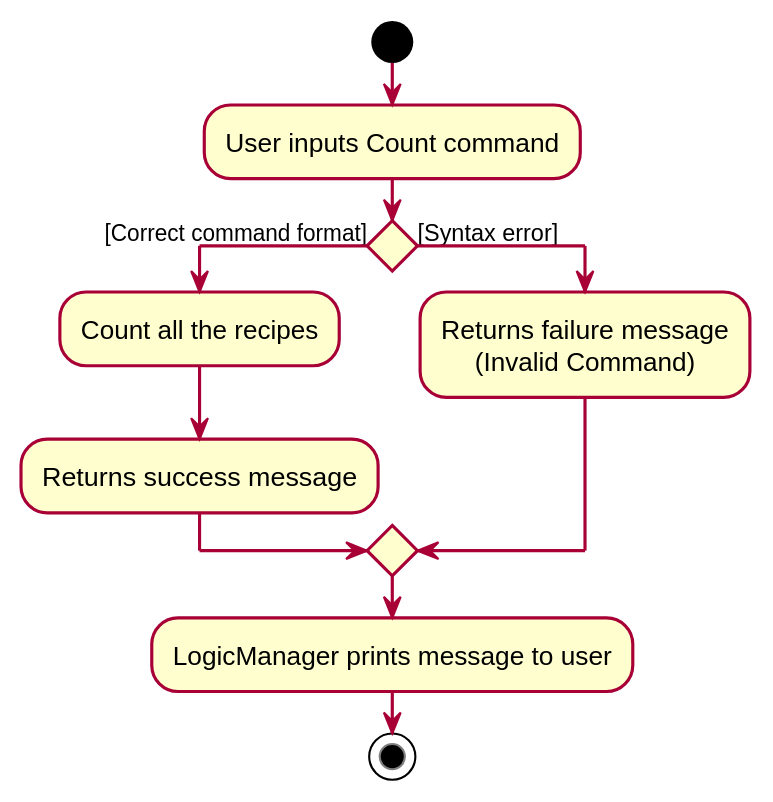
The PlantUML diagram docs/images/count-command/CountActivityDiagram.svg in nus-cs2103-AY1920S2/addressbook-level3, before a commit. The source it was exported from:
```plantuml
@startuml








skinparam BackgroundColor #FFFFFFF

skinparam Shadowing false

skinparam Class {
    FontColor #FFFFFF
    BorderThickness 1
    BorderColor #FFFFFF
    StereotypeFontColor #FFFFFF
    FontName Arial
}

skinparam Actor {
    BorderColor #000000
    Color #000000
    FontName Arial
}

skinparam Sequence {
    MessageAlign center
    BoxFontSize 15
    BoxPadding 0
    BoxFontColor #FFFFFF
    FontName Arial
}

skinparam Participant {
    FontColor #FFFFFFF
    Padding 20
}

skinparam MinClassWidth 50
skinparam ParticipantPadding 10
skinparam Shadowing false
skinparam DefaultTextAlignment center
skinparam packageStyle Rectangle

hide footbox
hide members
hide circle

start
:User inputs Count command;

If () then ([Correct command format])
    :Count all the recipes;
    :Returns success message;
else ([Syntax error])
    :Returns failure message
    (Invalid Command);
endif
:LogicManager prints message to user;

stop
@enduml
```
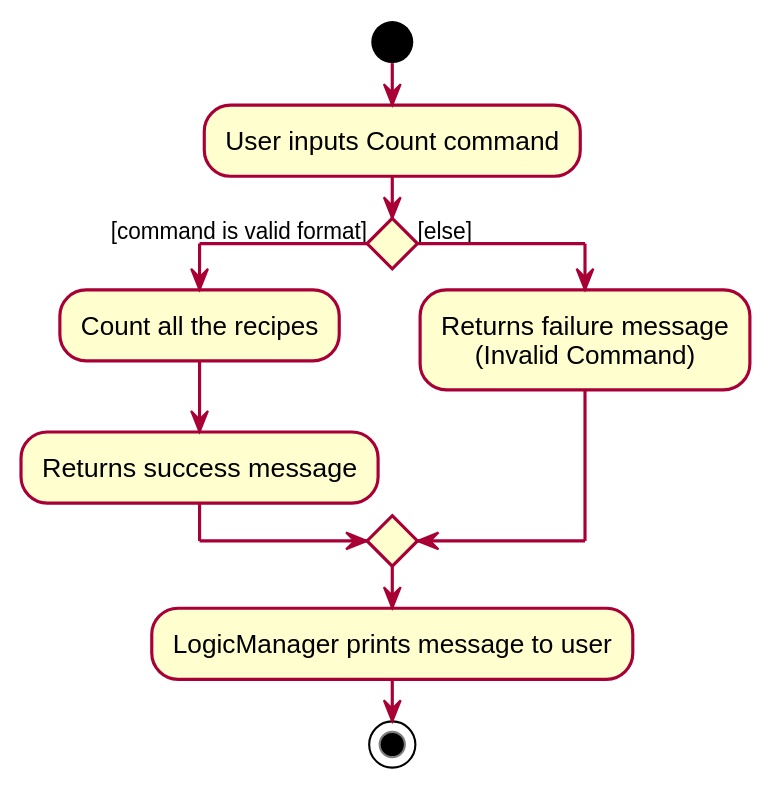
Later version of the same file.

Change to the diagram source:
```diff
@@ -16,13 +16,11 @@
     BorderThickness 1
     BorderColor #FFFFFF
     StereotypeFontColor #FFFFFF
-    FontName Arial
 }
 
 skinparam Actor {
     BorderColor #000000
     Color #000000
-    FontName Arial
 }
 
 skinparam Sequence {
@@ -30,7 +28,7 @@
     BoxFontSize 15
     BoxPadding 0
     BoxFontColor #FFFFFF
-    FontName Arial
+    SequenceBoxFontName Segoe UI
 }
 
 skinparam Participant {
@@ -42,7 +40,10 @@
 skinparam ParticipantPadding 10
 skinparam Shadowing false
 skinparam DefaultTextAlignment center
-skinparam packageStyle Rectangle
+skinparam packageStyle Folder
+
+skinparam DefaultFontName Arial
+skinparam defaultMonospacedFontName Consolas
 
 hide footbox
 hide members
@@ -51,10 +52,10 @@
 start
 :User inputs Count command;
 
-If () then ([Correct command format])
+If () then ([command is valid format])
     :Count all the recipes;
     :Returns success message;
-else ([Syntax error])
+else ([else])
     :Returns failure message
     (Invalid Command);
 endif
```
